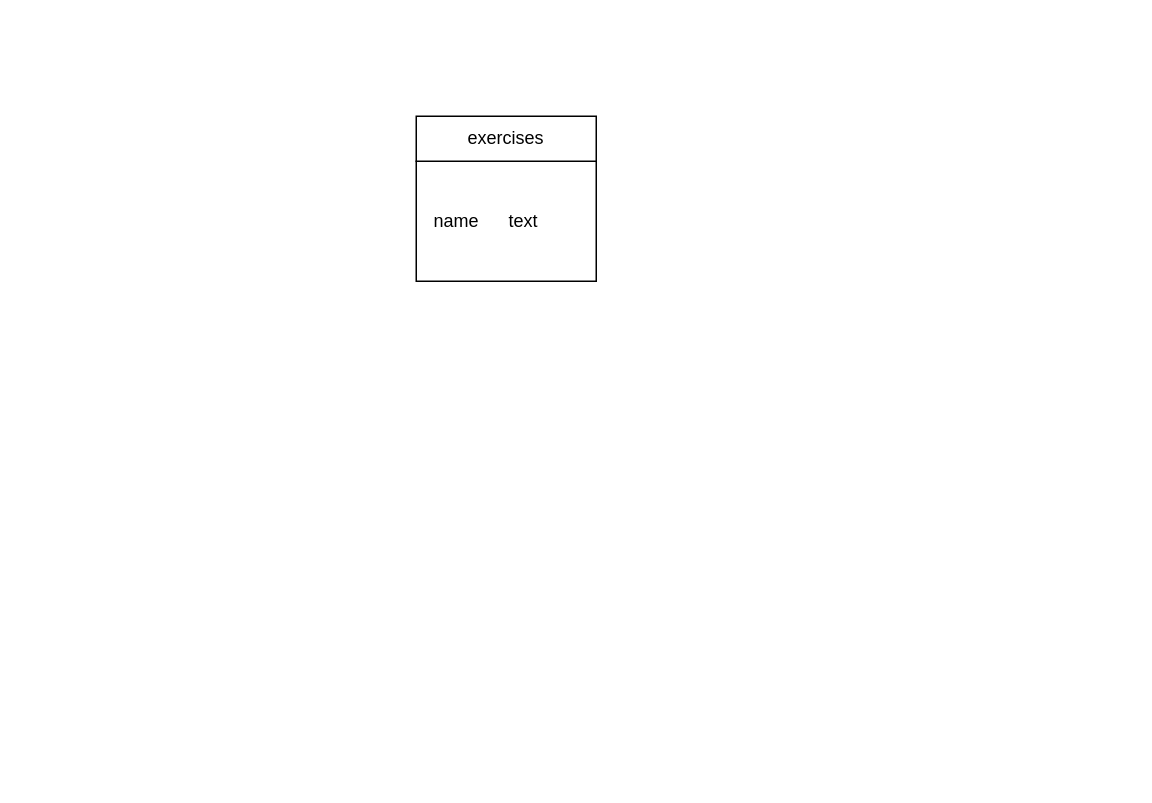
This is doc/db/MCD.drawio from CPNV-ES/MAW11_POWERRANGERS, a draw.io file, before an edit. Source tidied: cells renumbered, new cells numbered last; positions are measured from the earlier drawing's top-left corner, leaving out a move shared by most shapes. Both pictures are drawn from the tidied source at 150%, with x=0, y=0 at pixel (416, 116).
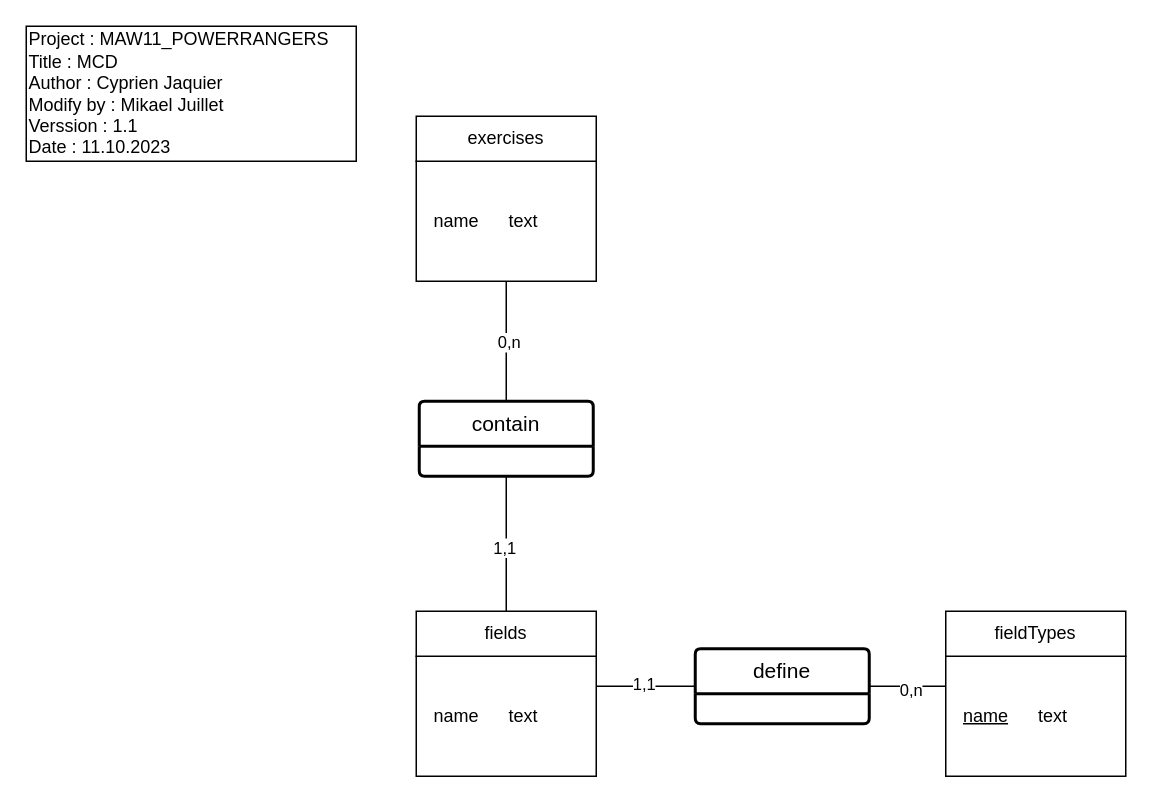
The same diagram, later.

Commit message:
Feat : update MCD to add fields & fieldTypes

The change refers to these unchanged cells:
```xml
<mxCell id="5" value="name" style="text;html=1;strokeColor=none;fillColor=none;align=left;verticalAlign=middle;whiteSpace=wrap;rounded=0;" parent="2" vertex="1">
  <mxGeometry x="10" y="30" width="50" height="80" as="geometry" />
</mxCell>
```

The edit, as a diff of the source:
```diff
@@
+    <mxCell id="7" style="group;" parent="1" vertex="1">
+      <mxGeometry y="330" width="120" height="110" as="geometry" />
+    </mxCell>
+    <mxCell id="8" style="rounded=0;whiteSpace=wrap;html=1;" parent="7" vertex="1">
+      <mxGeometry y="30" width="120" height="80" as="geometry" />
+    </mxCell>
+    <mxCell id="9" value="fields" style="rounded=0;whiteSpace=wrap;html=1;" parent="7" vertex="1">
+      <mxGeometry width="120" height="30" as="geometry" />
+    </mxCell>
+    <mxCell id="10" value="name" style="text;html=1;strokeColor=none;fillColor=none;align=left;verticalAlign=middle;whiteSpace=wrap;rounded=0;" parent="7" vertex="1">
+      <mxGeometry x="10" y="30" width="50" height="80" as="geometry" />
+    </mxCell>
+    <mxCell id="11" value="text" style="text;html=1;strokeColor=none;fillColor=none;align=left;verticalAlign=middle;whiteSpace=wrap;rounded=0;" parent="7" vertex="1">
+      <mxGeometry x="60" y="30" width="60" height="80" as="geometry" />
+    </mxCell>
+    <mxCell id="12" value="contain" style="swimlane;horizontal=1;startSize=30;rounded=1;fontSize=14;fontStyle=0;strokeWidth=2;shadow=0;dashed=0;align=center;arcSize=4;whiteSpace=wrap;html=1;" parent="1" vertex="1">
+      <mxGeometry x="2" y="190" width="116" height="50" as="geometry" />
+    </mxCell>
+    <mxCell id="13" style="endArrow=none;html=1;rounded=0;exitX=1;exitY=1;exitDx=0;exitDy=0;entryX=0.5;entryY=0;entryDx=0;entryDy=0;" parent="1" edge="1" source="5" target="12">
+      <mxGeometry relative="1" as="geometry" />
+    </mxCell>
+    <mxCell id="14" style="html=1;whiteSpace=wrap;align=right;verticalAlign=bottom;" parent="13" vertex="1">
+      <mxGeometry x="1" relative="1" as="geometry" />
+    </mxCell>
+    <mxCell id="15" value="0,n" style="edgeLabel;html=1;align=center;verticalAlign=middle;" parent="13" vertex="1">
+      <mxGeometry y="1" relative="1" as="geometry" />
+    </mxCell>
+    <mxCell id="16" style="endArrow=none;html=1;rounded=0;exitX=0.5;exitY=1;exitDx=0;exitDy=0;entryX=0.5;entryY=0;entryDx=0;entryDy=0;" parent="1" edge="1" source="12" target="9">
+      <mxGeometry relative="1" as="geometry" />
+    </mxCell>
+    <mxCell id="17" style="html=1;whiteSpace=wrap;align=right;verticalAlign=bottom;" parent="16" vertex="1">
+      <mxGeometry x="1" relative="1" as="geometry" />
+    </mxCell>
+    <mxCell id="18" value="1,1" style="edgeLabel;html=1;align=center;verticalAlign=middle;" parent="16" vertex="1">
+      <mxGeometry x="0.05" y="-2" relative="1" as="geometry" />
+    </mxCell>
+    <mxCell id="19" style="group;" parent="1" vertex="1">
+      <mxGeometry x="353" y="330" width="120" height="110" as="geometry" />
+    </mxCell>
+    <mxCell id="20" style="rounded=0;whiteSpace=wrap;html=1;" parent="19" vertex="1">
+      <mxGeometry y="30" width="120" height="80" as="geometry" />
+    </mxCell>
+    <mxCell id="21" value="fieldTypes" style="rounded=0;whiteSpace=wrap;html=1;" parent="19" vertex="1">
+      <mxGeometry width="120" height="30" as="geometry" />
+    </mxCell>
+    <mxCell id="22" value="&lt;u&gt;name&lt;/u&gt;" style="text;html=1;strokeColor=none;fillColor=none;align=left;verticalAlign=middle;whiteSpace=wrap;rounded=0;" parent="19" vertex="1">
+      <mxGeometry x="10" y="30" width="50" height="80" as="geometry" />
+    </mxCell>
+    <mxCell id="23" value="text" style="text;html=1;strokeColor=none;fillColor=none;align=left;verticalAlign=middle;whiteSpace=wrap;rounded=0;" parent="19" vertex="1">
+      <mxGeometry x="60" y="30" width="60" height="80" as="geometry" />
+    </mxCell>
+    <mxCell id="24" value="define" style="swimlane;horizontal=1;startSize=30;rounded=1;fontSize=14;fontStyle=0;strokeWidth=2;shadow=0;dashed=0;align=center;arcSize=4;whiteSpace=wrap;html=1;" parent="1" vertex="1">
+      <mxGeometry x="186" y="355" width="116" height="50" as="geometry" />
+    </mxCell>
+    <mxCell id="25" value="Project :&amp;nbsp;MAW11_POWERRANGERS&lt;br&gt;Title : MCD&lt;br&gt;Author : Cyprien Jaquier&lt;br&gt;&lt;div style=&quot;&quot;&gt;&lt;span style=&quot;background-color: initial;&quot;&gt;Modify by : Mikael Juillet&lt;/span&gt;&lt;/div&gt;&lt;div style=&quot;&quot;&gt;&lt;span style=&quot;background-color: initial;&quot;&gt;Verssion : 1.1&amp;nbsp;&lt;/span&gt;&lt;/div&gt;&lt;div style=&quot;&quot;&gt;&lt;span style=&quot;background-color: initial;&quot;&gt;Date : 11.10.2023&lt;/span&gt;&lt;/div&gt;" style="html=1;whiteSpace=wrap;align=left;" parent="1" vertex="1">
+      <mxGeometry x="-260" y="-60" width="220" height="90" as="geometry" />
+    </mxCell>
+    <mxCell id="26" style="endArrow=none;html=1;rounded=0;exitX=0;exitY=0.5;exitDx=0;exitDy=0;entryX=1;entryY=0.25;entryDx=0;entryDy=0;" parent="1" edge="1" source="24" target="11">
+      <mxGeometry relative="1" as="geometry" />
+    </mxCell>
+    <mxCell id="27" style="html=1;whiteSpace=wrap;align=right;verticalAlign=bottom;" parent="26" vertex="1">
+      <mxGeometry x="1" relative="1" as="geometry" />
+    </mxCell>
+    <mxCell id="28" value="1,1" style="edgeLabel;html=1;align=center;verticalAlign=middle;" parent="26" vertex="1">
+      <mxGeometry x="0.05" y="-2" relative="1" as="geometry" />
+    </mxCell>
+    <mxCell id="29" style="endArrow=none;html=1;rounded=0;exitX=1;exitY=0.5;exitDx=0;exitDy=0;entryX=0;entryY=0.25;entryDx=0;entryDy=0;" parent="1" edge="1" source="24" target="20">
+      <mxGeometry relative="1" as="geometry" />
+    </mxCell>
+    <mxCell id="30" style="html=1;whiteSpace=wrap;align=right;verticalAlign=bottom;" parent="29" vertex="1">
+      <mxGeometry x="1" relative="1" as="geometry" />
+    </mxCell>
+    <mxCell id="31" value="0,n" style="edgeLabel;html=1;align=center;verticalAlign=middle;" parent="29" vertex="1">
+      <mxGeometry x="0.05" y="-2" relative="1" as="geometry" />
+    </mxCell>
```
